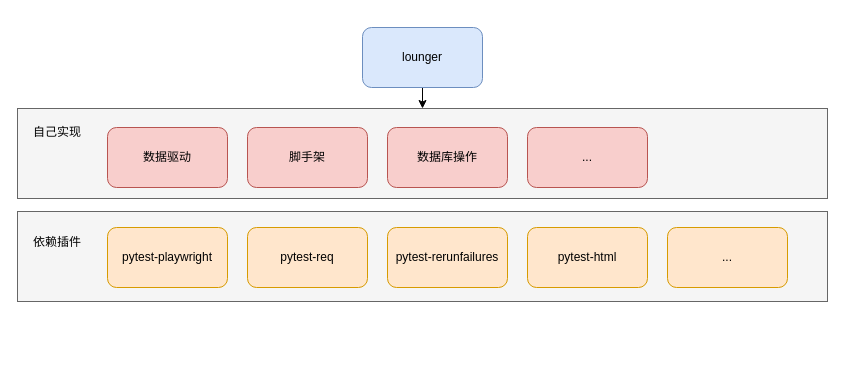
The draw.io diagram images/framework.drawio in SeldomQA/lounger, before the edit. Source tidied: cells renumbered, new cells numbered last; positions are measured from the earlier drawing's top-left corner, leaving out a move shared by most shapes. Both pictures are drawn from the tidied source at 100%, with x=0, y=0 at pixel (17, 27).
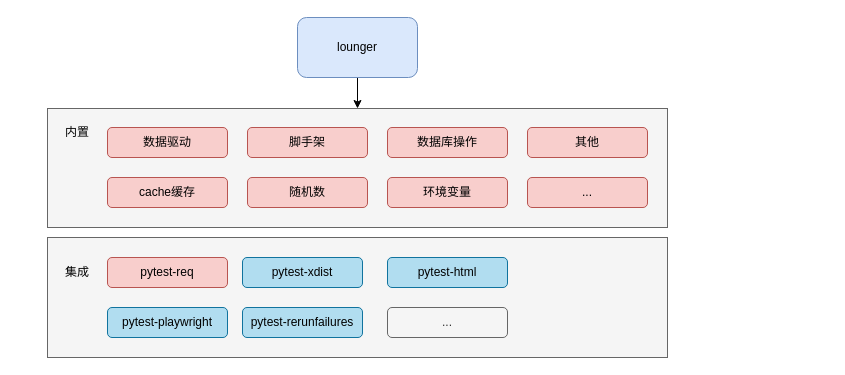
After the change.

What changed in the source:
```diff
@@
     <mxCell id="2" style="rounded=0;whiteSpace=wrap;html=1;fillColor=#f5f5f5;fontColor=#333333;strokeColor=#666666;" parent="1" vertex="1">
-      <mxGeometry y="184" width="810" height="90" as="geometry" />
+      <mxGeometry x="30" y="210" width="620" height="120" as="geometry" />
     </mxCell>
     <mxCell id="3" style="rounded=0;whiteSpace=wrap;html=1;fillColor=#f5f5f5;fontColor=#333333;strokeColor=#666666;" parent="1" vertex="1">
-      <mxGeometry y="81" width="810" height="90" as="geometry" />
+      <mxGeometry x="30" y="81" width="620" height="119" as="geometry" />
     </mxCell>
@@
     <mxCell id="5" value="lounger" style="rounded=1;whiteSpace=wrap;html=1;fillColor=#dae8fc;strokeColor=#6c8ebf;" parent="1" vertex="1">
-      <mxGeometry x="345" width="120" height="60" as="geometry" />
+      <mxGeometry x="280" y="-10" width="120" height="60" as="geometry" />
     </mxCell>
     <mxCell id="6" value="数据驱动" style="rounded=1;whiteSpace=wrap;html=1;fillColor=#f8cecc;strokeColor=#b85450;" parent="1" vertex="1">
-      <mxGeometry x="90" y="100" width="120" height="60" as="geometry" />
+      <mxGeometry x="90" y="100" width="120" height="30" as="geometry" />
     </mxCell>
     <mxCell id="7" value="脚手架" style="rounded=1;whiteSpace=wrap;html=1;fillColor=#f8cecc;strokeColor=#b85450;" parent="1" vertex="1">
-      <mxGeometry x="230" y="100" width="120" height="60" as="geometry" />
+      <mxGeometry x="230" y="100" width="120" height="30" as="geometry" />
     </mxCell>
     <mxCell id="8" value="数据库操作" style="rounded=1;whiteSpace=wrap;html=1;fillColor=#f8cecc;strokeColor=#b85450;" parent="1" vertex="1">
-      <mxGeometry x="370" y="100" width="120" height="60" as="geometry" />
+      <mxGeometry x="370" y="100" width="120" height="30" as="geometry" />
     </mxCell>
-    <mxCell id="9" value="pytest-playwright" style="rounded=1;whiteSpace=wrap;html=1;fillColor=#ffe6cc;strokeColor=#d79b00;" parent="1" vertex="1">
-      <mxGeometry x="90" y="200" width="120" height="60" as="geometry" />
+    <mxCell id="9" value="pytest-playwright" style="rounded=1;whiteSpace=wrap;html=1;fillColor=#b1ddf0;strokeColor=#10739e;" parent="1" vertex="1">
+      <mxGeometry x="90" y="280" width="120" height="30" as="geometry" />
     </mxCell>
-    <mxCell id="10" value="..." style="rounded=1;whiteSpace=wrap;html=1;fillColor=#f8cecc;strokeColor=#b85450;" parent="1" vertex="1">
-      <mxGeometry x="510" y="100" width="120" height="60" as="geometry" />
+    <mxCell id="10" value="环境变量" style="rounded=1;whiteSpace=wrap;html=1;fillColor=#f8cecc;strokeColor=#b85450;" parent="1" vertex="1">
+      <mxGeometry x="370" y="150" width="120" height="30" as="geometry" />
     </mxCell>
-    <mxCell id="11" value="pytest-req" style="rounded=1;whiteSpace=wrap;html=1;fillColor=#ffe6cc;strokeColor=#d79b00;" parent="1" vertex="1">
-      <mxGeometry x="230" y="200" width="120" height="60" as="geometry" />
-    </mxCell>
-    <mxCell id="12" value="pytest-rerunfailures" style="rounded=1;whiteSpace=wrap;html=1;fillColor=#ffe6cc;strokeColor=#d79b00;" parent="1" vertex="1">
-      <mxGeometry x="370" y="200" width="120" height="60" as="geometry" />
+    <mxCell id="12" value="pytest-rerunfailures" style="rounded=1;whiteSpace=wrap;html=1;fillColor=#b1ddf0;strokeColor=#10739e;" parent="1" vertex="1">
+      <mxGeometry x="225" y="280" width="120" height="30" as="geometry" />
     </mxCell>
-    <mxCell id="13" value="pytest-html" style="rounded=1;whiteSpace=wrap;html=1;fillColor=#ffe6cc;strokeColor=#d79b00;" parent="1" vertex="1">
-      <mxGeometry x="510" y="200" width="120" height="60" as="geometry" />
+    <mxCell id="13" value="pytest-html" style="rounded=1;whiteSpace=wrap;html=1;fillColor=#b1ddf0;strokeColor=#10739e;" parent="1" vertex="1">
+      <mxGeometry x="370" y="230" width="120" height="30" as="geometry" />
     </mxCell>
-    <mxCell id="14" value="..." style="rounded=1;whiteSpace=wrap;html=1;fillColor=#ffe6cc;strokeColor=#d79b00;" parent="1" vertex="1">
-      <mxGeometry x="650" y="200" width="120" height="60" as="geometry" />
-    </mxCell>
-    <mxCell id="15" value="自己实现" style="text;html=1;strokeColor=none;fillColor=none;align=center;verticalAlign=middle;whiteSpace=wrap;rounded=0;" parent="1" vertex="1">
-      <mxGeometry x="10" y="90" width="60" height="30" as="geometry" />
+    <mxCell id="15" value="内置" style="text;html=1;strokeColor=none;fillColor=none;align=center;verticalAlign=middle;whiteSpace=wrap;rounded=0;" parent="1" vertex="1">
+      <mxGeometry x="30" y="90" width="60" height="30" as="geometry" />
     </mxCell>
-    <mxCell id="16" value="依赖插件" style="text;html=1;strokeColor=none;fillColor=none;align=center;verticalAlign=middle;whiteSpace=wrap;rounded=0;" parent="1" vertex="1">
-      <mxGeometry x="10" y="200" width="60" height="30" as="geometry" />
+    <mxCell id="16" value="集成" style="text;html=1;strokeColor=none;fillColor=none;align=center;verticalAlign=middle;whiteSpace=wrap;rounded=0;" parent="1" vertex="1">
+      <mxGeometry x="30" y="230" width="60" height="30" as="geometry" />
     </mxCell>
+    <mxCell id="17" value="pytest-xdist" style="rounded=1;whiteSpace=wrap;html=1;fillColor=#b1ddf0;strokeColor=#10739e;" parent="1" vertex="1">
+      <mxGeometry x="225" y="230" width="120" height="30" as="geometry" />
+    </mxCell>
+    <mxCell id="11" value="pytest-req" style="rounded=1;whiteSpace=wrap;html=1;fillColor=#f8cecc;strokeColor=#b85450;" parent="1" vertex="1">
+      <mxGeometry x="90" y="230" width="120" height="30" as="geometry" />
+    </mxCell>
+    <mxCell id="18" value="cache缓存" style="rounded=1;whiteSpace=wrap;html=1;fillColor=#f8cecc;strokeColor=#b85450;" parent="1" vertex="1">
+      <mxGeometry x="90" y="150" width="120" height="30" as="geometry" />
+    </mxCell>
+    <mxCell id="19" value="随机数" style="rounded=1;whiteSpace=wrap;html=1;fillColor=#f8cecc;strokeColor=#b85450;" parent="1" vertex="1">
+      <mxGeometry x="230" y="150" width="120" height="30" as="geometry" />
+    </mxCell>
+    <mxCell id="20" value="其他" style="rounded=1;whiteSpace=wrap;html=1;fillColor=#f8cecc;strokeColor=#b85450;" parent="1" vertex="1">
+      <mxGeometry x="510" y="100" width="120" height="30" as="geometry" />
+    </mxCell>
+    <mxCell id="21" value="..." style="rounded=1;whiteSpace=wrap;html=1;fillColor=#f8cecc;strokeColor=#b85450;" parent="1" vertex="1">
+      <mxGeometry x="510" y="150" width="120" height="30" as="geometry" />
+    </mxCell>
+    <mxCell id="22" value="..." style="rounded=1;whiteSpace=wrap;html=1;fillColor=#f5f5f5;strokeColor=#666666;fontColor=#333333;" parent="1" vertex="1">
+      <mxGeometry x="370" y="280" width="120" height="30" as="geometry" />
+    </mxCell>
```
